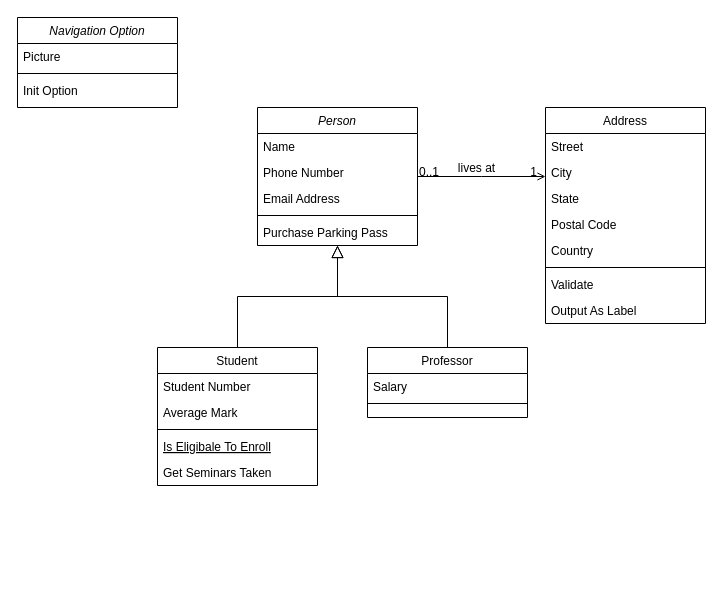
The draw.io diagram images/Untitled Diagram.drawio in NhaDo/Note-Management, before the edit. Source tidied: cells renumbered, new cells numbered last; positions are measured from the earlier drawing's top-left corner, leaving out a move shared by most shapes. Both pictures are drawn from the tidied source at 100%, with x=0, y=0 at pixel (17, 17).
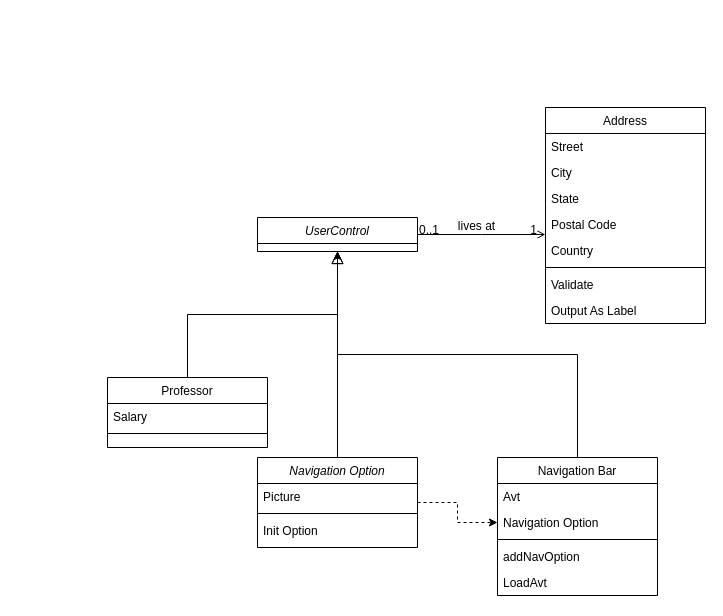
Above is the later version.

What changed in the source:
```diff
@@
-    <mxCell id="2" value="Person" style="swimlane;fontStyle=2;align=center;verticalAlign=top;horizontal=1;startSize=26;rounded=0;shadow=0;strokeWidth=1;" parent="1" vertex="1">
-      <mxGeometry x="240" y="90" width="160" height="138" as="geometry" />
+    <mxCell id="2" value="UserControl" style="swimlane;fontStyle=2;align=center;verticalAlign=top;horizontal=1;startSize=26;rounded=0;shadow=0;strokeWidth=1;" parent="1" vertex="1">
+      <mxGeometry x="240" y="200" width="160" height="34" as="geometry" />
     </mxCell>
-    <mxCell id="3" value="Name" style="text;align=left;verticalAlign=top;spacingLeft=4;spacingRight=4;overflow=hidden;" parent="2" vertex="1">
-      <mxGeometry y="26" width="160" height="26" as="geometry" />
-    </mxCell>
-    <mxCell id="4" value="Phone Number" style="text;align=left;verticalAlign=top;spacingLeft=4;spacingRight=4;overflow=hidden;rounded=0;shadow=0;html=0;" parent="2" vertex="1">
-      <mxGeometry y="52" width="160" height="26" as="geometry" />
-    </mxCell>
-    <mxCell id="5" value="Email Address" style="text;align=left;verticalAlign=top;spacingLeft=4;spacingRight=4;overflow=hidden;rounded=0;shadow=0;html=0;" parent="2" vertex="1">
-      <mxGeometry y="78" width="160" height="26" as="geometry" />
-    </mxCell>
-    <mxCell id="6" style="line;html=1;strokeWidth=1;align=left;verticalAlign=middle;spacingTop=-1;spacingLeft=3;spacingRight=3;labelPosition=right;" parent="2" vertex="1">
-      <mxGeometry y="104" width="160" height="8" as="geometry" />
-    </mxCell>
-    <mxCell id="7" value="Purchase Parking Pass" style="text;align=left;verticalAlign=top;spacingLeft=4;spacingRight=4;overflow=hidden;" parent="2" vertex="1">
-      <mxGeometry y="112" width="160" height="26" as="geometry" />
-    </mxCell>
-    <mxCell id="8" value="Student" style="swimlane;fontStyle=0;align=center;verticalAlign=top;horizontal=1;startSize=26;rounded=0;shadow=0;strokeWidth=1;" parent="1" vertex="1">
-      <mxGeometry x="140" y="330" width="160" height="138" as="geometry" />
+    <mxCell id="8" value="Navigation Bar&#10;" style="swimlane;fontStyle=0;align=center;verticalAlign=top;horizontal=1;startSize=26;rounded=0;shadow=0;strokeWidth=1;" parent="1" vertex="1">
+      <mxGeometry x="480" y="440" width="160" height="138" as="geometry" />
     </mxCell>
-    <mxCell id="9" value="Student Number" style="text;align=left;verticalAlign=top;spacingLeft=4;spacingRight=4;overflow=hidden;" parent="8" vertex="1">
+    <mxCell id="9" value="Avt" style="text;align=left;verticalAlign=top;spacingLeft=4;spacingRight=4;overflow=hidden;" parent="8" vertex="1">
       <mxGeometry y="26" width="160" height="26" as="geometry" />
     </mxCell>
-    <mxCell id="10" value="Average Mark" style="text;align=left;verticalAlign=top;spacingLeft=4;spacingRight=4;overflow=hidden;points=[[0,0.5],[1,0.5]];portConstraint=eastwest;rounded=0;shadow=0;html=0;" parent="8" vertex="1">
+    <mxCell id="10" value="Navigation Option" style="text;align=left;verticalAlign=top;spacingLeft=4;spacingRight=4;overflow=hidden;points=[[0,0.5],[1,0.5]];portConstraint=eastwest;rounded=0;shadow=0;html=0;" parent="8" vertex="1">
       <mxGeometry y="52" width="160" height="26" as="geometry" />
     </mxCell>
@@
-    <mxCell id="12" value="Is Eligibale To Enroll" style="text;align=left;verticalAlign=top;spacingLeft=4;spacingRight=4;overflow=hidden;fontStyle=4;" parent="8" vertex="1">
-      <mxGeometry y="86" width="160" height="26" as="geometry" />
-    </mxCell>
-    <mxCell id="13" value="Get Seminars Taken" style="text;align=left;verticalAlign=top;spacingLeft=4;spacingRight=4;overflow=hidden;" parent="8" vertex="1">
-      <mxGeometry y="112" width="160" height="26" as="geometry" />
-    </mxCell>
+    <mxCell id="36" value="addNavOption" style="text;align=left;verticalAlign=top;spacingLeft=4;spacingRight=4;overflow=hidden;rounded=0;shadow=0;html=0;" parent="8" vertex="1">
+      <mxGeometry y="86" width="160" height="26" as="geometry" />
+    </mxCell>
+    <mxCell id="37" value="LoadAvt" style="text;align=left;verticalAlign=top;spacingLeft=4;spacingRight=4;overflow=hidden;rounded=0;shadow=0;html=0;" parent="8" vertex="1">
+      <mxGeometry y="112" width="160" height="26" as="geometry" />
+    </mxCell>
@@
     <mxCell id="15" value="Professor" style="swimlane;fontStyle=0;align=center;verticalAlign=top;horizontal=1;startSize=26;rounded=0;shadow=0;strokeWidth=1;" parent="1" vertex="1">
-      <mxGeometry x="350" y="330" width="160" height="70" as="geometry" />
+      <mxGeometry x="90" y="360" width="160" height="70" as="geometry" />
     </mxCell>
@@
+    <mxCell id="38" style="edgeStyle=orthogonalEdgeStyle;rounded=0;jettySize=auto;html=1;" parent="1" edge="1" source="32" target="2">
+      <mxGeometry relative="1" as="geometry" />
+    </mxCell>
+    <mxCell id="39" style="edgeStyle=orthogonalEdgeStyle;rounded=0;jettySize=auto;html=1;dashed=1;" parent="1" edge="1" source="32" target="10">
+      <mxGeometry relative="1" as="geometry" />
+    </mxCell>
     <mxCell id="32" value="Navigation Option" style="swimlane;fontStyle=2;align=center;verticalAlign=top;horizontal=1;startSize=26;rounded=0;shadow=0;strokeWidth=1;" parent="1" vertex="1">
-      <mxGeometry width="160" height="90" as="geometry" />
+      <mxGeometry x="240" y="440" width="160" height="90" as="geometry" />
     </mxCell>
```
